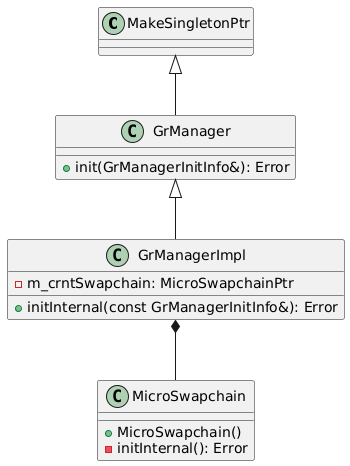
Alegruz/alegruz.github.io keeps this PlantUML diagram as Images/GameEngineRhiSystemAnalysis/InstanceAnkiD3D12.png. Above is the earlier version. The source it was exported from:
```plantuml
@startuml
class MakeSingletonPtr

class GrManager {
    +init(GrManagerInitInfo&): Error
}

MakeSingletonPtr <|-- GrManager

class GrManagerImpl {
    -m_crntSwapchain: MicroSwapchainPtr
    +initInternal(const GrManagerInitInfo&): Error
}

GrManager <|-- GrManagerImpl

class MicroSwapchain {
    +MicroSwapchain()
    -initInternal(): Error
}

GrManagerImpl *-- MicroSwapchain
@enduml
```
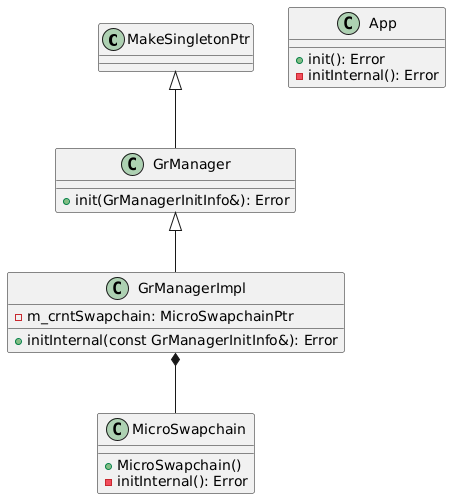
After the commit.

Commit message:
[ADD] added Vulkan instance usage for DLSS

Change to the diagram source:
```diff
@@ -20,4 +20,9 @@
 }
 
 GrManagerImpl *-- MicroSwapchain
+
+class App {
+    +init(): Error
+    -initInternal(): Error
+}
 @enduml
```
